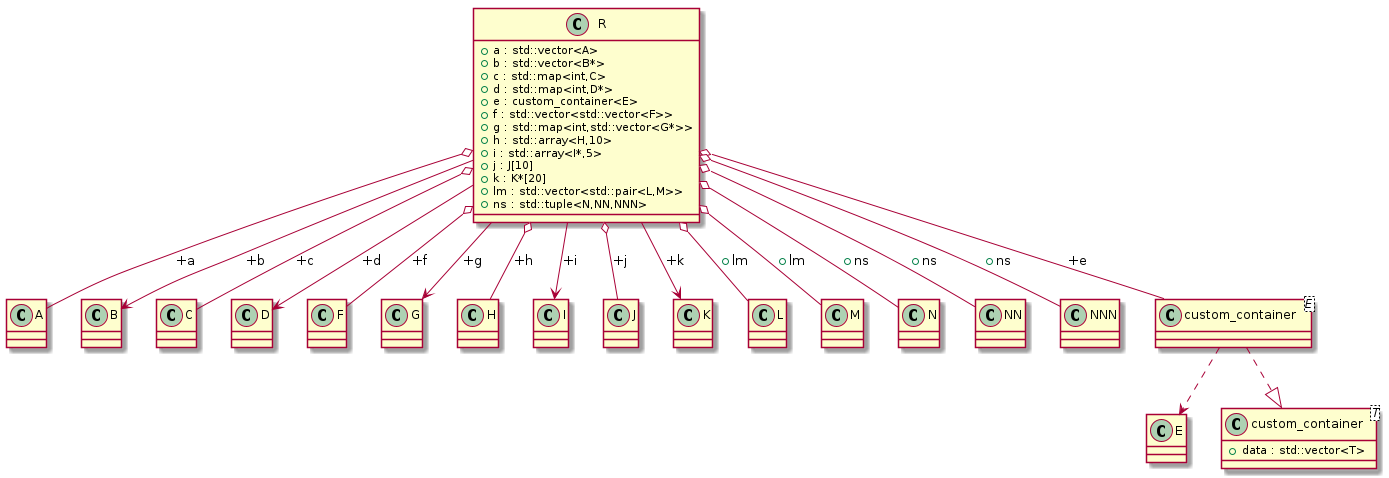
The PlantUML diagram docs/test_cases/t00006_class.png in bkryza/clang-uml, before a commit.
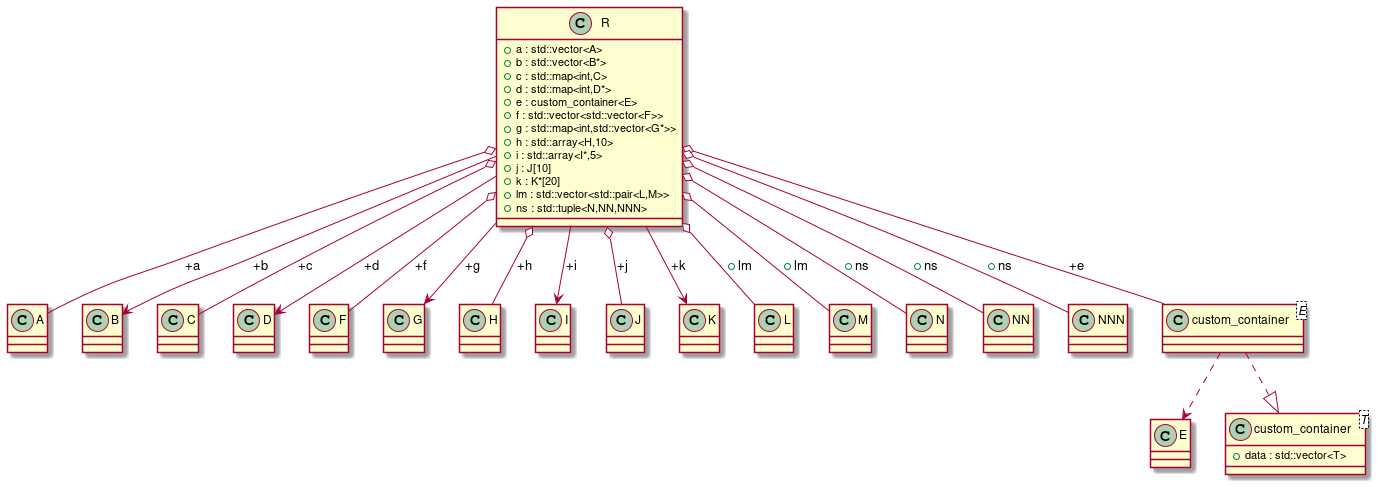
The same diagram one commit later.

Diff of the diagram source:
```diff
@@ -1,50 +1,41 @@
 @startuml
-class "A" as C_0000000045
+class "A" as C_0000000051
 
-class "B" as C_0000000047
+class "B" as C_0000000053
 
-class "C" as C_0000000049
+class "C" as C_0000000055
 
-class "D" as C_0000000051
+class "D" as C_0000000057
 
-class "E" as C_0000000053
+class "E" as C_0000000059
 
-class "F" as C_0000000055
+class "F" as C_0000000061
 
-class "G" as C_0000000057
+class "G" as C_0000000063
 
-class "H" as C_0000000059
+class "H" as C_0000000065
 
-class "I" as C_0000000061
+class "I" as C_0000000067
 
-class "J" as C_0000000063
+class "J" as C_0000000069
 
-class "K" as C_0000000065
+class "K" as C_0000000071
 
-class "L" as C_0000000067
+class "L" as C_0000000073
 
-class "M" as C_0000000069
+class "M" as C_0000000075
 
-class "N" as C_0000000071
+class "N" as C_0000000077
 
-class "NN" as C_0000000073
+class "NN" as C_0000000079
 
-class "NNN" as C_0000000075
+class "NNN" as C_0000000081
 
-class "custom_container<T>" as C_0000000077
+class "custom_container<T>" as C_0000000083
 
-class "custom_container<E>" as C_0000000080
+class "custom_container<E>" as C_0000000092
 
-class "R" as C_0000000079
-
-class C_0000000045 {
-}
-
-class C_0000000047 {
-}
-
-class C_0000000049 {
-}
+class "R" as C_0000000087
 
 class C_0000000051 {
 }
@@ -86,15 +77,24 @@
 }
 
 class C_0000000077 {
+}
+
+class C_0000000079 {
+}
+
+class C_0000000081 {
+}
+
+class C_0000000083 {
 +data : std::vector<T>
 }
 
-class C_0000000080 {
+class C_0000000092 {
 }
-C_0000000080 ..> C_0000000053
-C_0000000080 ..|> C_0000000077
+C_0000000092 ..> C_0000000059
+C_0000000092 ..|> C_0000000083
 
-class C_0000000079 {
+class C_0000000087 {
 +a : std::vector<A>
 +b : std::vector<B*>
 +c : std::map<int,C>
@@ -109,21 +109,21 @@
 +lm : std::vector<std::pair<L,M>>
 +ns : std::tuple<N,NN,NNN>
 }
-C_0000000079 o-- C_0000000045 : +a
-C_0000000079 --> C_0000000047 : +b
-C_0000000079 o-- C_0000000049 : +c
-C_0000000079 --> C_0000000051 : +d
-C_0000000079 o-- C_0000000080 : +e
-C_0000000079 o-- C_0000000055 : +f
-C_0000000079 --> C_0000000057 : +g
-C_0000000079 o-- C_0000000059 : +h
-C_0000000079 --> C_0000000061 : +i
-C_0000000079 o-- C_0000000063 : +j
-C_0000000079 --> C_0000000065 : +k
-C_0000000079 o-- C_0000000067 : +lm
-C_0000000079 o-- C_0000000069 : +lm
-C_0000000079 o-- C_0000000071 : +ns
-C_0000000079 o-- C_0000000073 : +ns
-C_0000000079 o-- C_0000000075 : +ns
+C_0000000087 o-- C_0000000051 : +a
+C_0000000087 --> C_0000000053 : +b
+C_0000000087 o-- C_0000000055 : +c
+C_0000000087 --> C_0000000057 : +d
+C_0000000087 o-- C_0000000092 : +e
+C_0000000087 o-- C_0000000061 : +f
+C_0000000087 --> C_0000000063 : +g
+C_0000000087 o-- C_0000000065 : +h
+C_0000000087 --> C_0000000067 : +i
+C_0000000087 o-- C_0000000069 : +j
+C_0000000087 --> C_0000000071 : +k
+C_0000000087 o-- C_0000000073 : +lm
+C_0000000087 o-- C_0000000075 : +lm
+C_0000000087 o-- C_0000000077 : +ns
+C_0000000087 o-- C_0000000079 : +ns
+C_0000000087 o-- C_0000000081 : +ns
 
 @enduml
```
